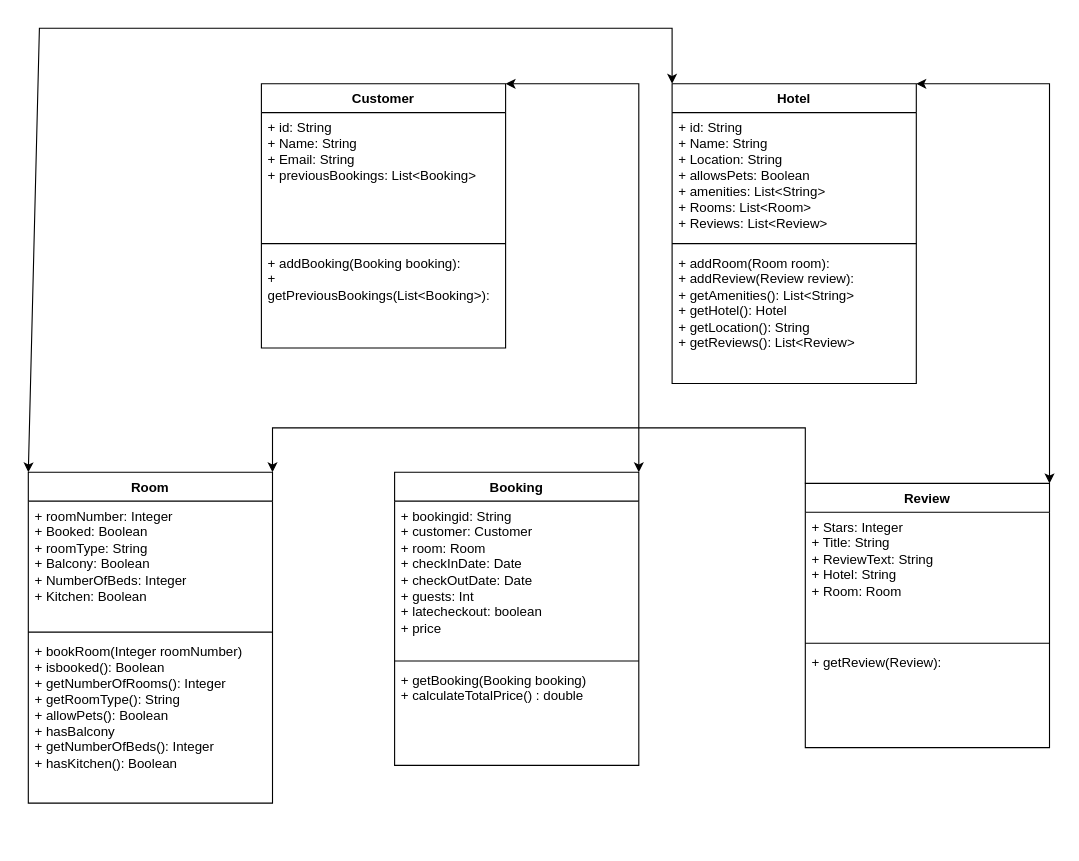
This is V2/Domain module.drawio from rthor997/HBV401G-Throun_hugbunathar, a draw.io file, before an edit. Source tidied: cells renumbered, new cells numbered last; positions are measured from the earlier drawing's top-left corner, leaving out a move shared by most shapes. Both pictures are drawn from the tidied source at 111%, with x=0, y=0 at pixel (28, 28).
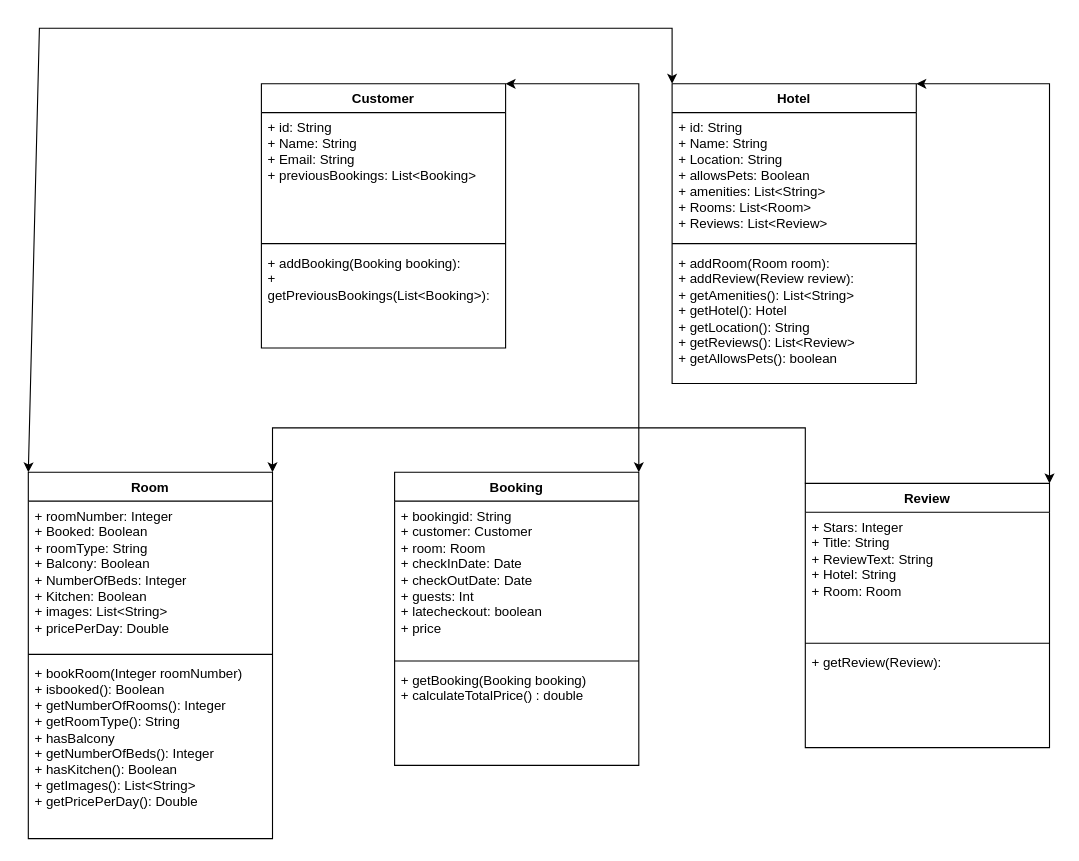
The same page after the edit.

Commit message:
Uppfært Room og Hotel

Unchanged cells that the change refers to:
```xml
<mxCell id="6" value="Hotel" style="swimlane;fontStyle=1;align=center;verticalAlign=top;horizontal=1;startSize=26;whiteSpace=wrap;html=1;" parent="1" vertex="1">
  <mxGeometry x="580" y="50" width="220" height="270" as="geometry" />
</mxCell>
```

Change to the diagram source:
```diff
@@
-    <mxCell id="9" value="+ addRoom(Room room):&amp;nbsp;&lt;div&gt;+ addReview(&lt;span style=&quot;background-color: transparent; color: light-dark(rgb(0, 0, 0), rgb(255, 255, 255));&quot;&gt;Review review&lt;/span&gt;&lt;span style=&quot;background-color: transparent; color: light-dark(rgb(0, 0, 0), rgb(255, 255, 255));&quot;&gt;):&lt;/span&gt;&lt;/div&gt;&lt;div&gt;+ getAmenities(): List&amp;lt;String&amp;gt;&lt;/div&gt;&lt;div&gt;+ getHotel(): Hotel&lt;/div&gt;&lt;div&gt;+ getLocation(): String&lt;/div&gt;&lt;div&gt;+ getReviews(): List&amp;lt;Review&amp;gt;&lt;/div&gt;" style="text;strokeColor=none;fillColor=none;align=left;verticalAlign=top;spacingLeft=4;spacingRight=4;overflow=hidden;whiteSpace=wrap;html=1;" parent="6" vertex="1">
+    <mxCell id="9" value="+ addRoom(Room room):&amp;nbsp;&lt;div&gt;+ addReview(&lt;span style=&quot;background-color: transparent; color: light-dark(rgb(0, 0, 0), rgb(255, 255, 255));&quot;&gt;Review review&lt;/span&gt;&lt;span style=&quot;background-color: transparent; color: light-dark(rgb(0, 0, 0), rgb(255, 255, 255));&quot;&gt;):&lt;/span&gt;&lt;/div&gt;&lt;div&gt;+ getAmenities(): List&amp;lt;String&amp;gt;&lt;/div&gt;&lt;div&gt;+ getHotel(): Hotel&lt;/div&gt;&lt;div&gt;+ getLocation(): String&lt;/div&gt;&lt;div&gt;+ getReviews(): List&amp;lt;Review&amp;gt;&lt;/div&gt;&lt;div&gt;+ getAllowsPets(): boolean&lt;/div&gt;" style="text;strokeColor=none;fillColor=none;align=left;verticalAlign=top;spacingLeft=4;spacingRight=4;overflow=hidden;whiteSpace=wrap;html=1;" parent="6" vertex="1">
       <mxGeometry y="148" width="220" height="122" as="geometry" />
     </mxCell>
@@
     <mxCell id="18" value="Room" style="swimlane;fontStyle=1;align=center;verticalAlign=top;horizontal=1;startSize=26;whiteSpace=wrap;html=1;" parent="1" vertex="1">
-      <mxGeometry y="400" width="220" height="298" as="geometry" />
+      <mxGeometry y="400" width="220" height="330" as="geometry" />
     </mxCell>
-    <mxCell id="19" value="+ roomNumber: Integer&lt;div&gt;+ Booked: Boolean&lt;/div&gt;&lt;div&gt;+ roomType: String&lt;/div&gt;&lt;div&gt;+ Balcony: Boolean&lt;/div&gt;&lt;div&gt;+ NumberOfBeds: Integer&lt;/div&gt;&lt;div&gt;+ Kitchen: Boolean&lt;/div&gt;&lt;div&gt;&lt;br&gt;&lt;/div&gt;&lt;div&gt;&lt;br&gt;&lt;/div&gt;" style="text;strokeColor=none;fillColor=none;align=left;verticalAlign=top;spacingLeft=4;spacingRight=4;overflow=hidden;whiteSpace=wrap;html=1;" parent="18" vertex="1">
-      <mxGeometry y="26" width="220" height="114" as="geometry" />
+    <mxCell id="19" value="+ roomNumber: Integer&lt;div&gt;+ Booked: Boolean&lt;/div&gt;&lt;div&gt;+ roomType: String&lt;/div&gt;&lt;div&gt;+ Balcony: Boolean&lt;/div&gt;&lt;div&gt;+ NumberOfBeds: Integer&lt;/div&gt;&lt;div&gt;+ Kitchen: Boolean&lt;/div&gt;&lt;div&gt;+ images: List&amp;lt;String&amp;gt;&lt;/div&gt;&lt;div&gt;+ pricePerDay: Double&lt;/div&gt;&lt;div&gt;&lt;br&gt;&lt;/div&gt;" style="text;strokeColor=none;fillColor=none;align=left;verticalAlign=top;spacingLeft=4;spacingRight=4;overflow=hidden;whiteSpace=wrap;html=1;" parent="18" vertex="1">
+      <mxGeometry y="26" width="220" height="134" as="geometry" />
     </mxCell>
     <mxCell id="20" style="line;strokeWidth=1;fillColor=none;align=left;verticalAlign=middle;spacingTop=-1;spacingLeft=3;spacingRight=3;labelPosition=right;strokeColor=inherit;" parent="18" vertex="1">
-      <mxGeometry y="140" width="220" height="8" as="geometry" />
+      <mxGeometry y="160" width="220" height="8" as="geometry" />
     </mxCell>
-    <mxCell id="21" value="+ bookRoom(Integer roomNumber)&lt;div&gt;+ isbooked(): Boolean&lt;/div&gt;&lt;div&gt;&lt;span style=&quot;background-color: transparent; color: light-dark(rgb(0, 0, 0), rgb(255, 255, 255));&quot;&gt;+&amp;nbsp;&lt;/span&gt;getNumberOfRooms(): Integer&lt;/div&gt;&lt;div&gt;&lt;span style=&quot;background-color: transparent; color: light-dark(rgb(0, 0, 0), rgb(255, 255, 255));&quot;&gt;+&amp;nbsp;&lt;/span&gt;getRoomType(): String&lt;/div&gt;&lt;div&gt;&lt;span style=&quot;background-color: transparent; color: light-dark(rgb(0, 0, 0), rgb(255, 255, 255));&quot;&gt;+&amp;nbsp;&lt;/span&gt;allowPets(): Boolean&lt;/div&gt;&lt;div&gt;+ hasBalcony&lt;/div&gt;&lt;div&gt;+ getNumberOfBeds(): Integer&lt;/div&gt;&lt;div&gt;+ hasKitchen(): Boolean&lt;/div&gt;&lt;div&gt;&lt;br&gt;&lt;div&gt;&lt;br&gt;&lt;/div&gt;&lt;div&gt;&lt;br&gt;&lt;/div&gt;&lt;/div&gt;" style="text;strokeColor=none;fillColor=none;align=left;verticalAlign=top;spacingLeft=4;spacingRight=4;overflow=hidden;whiteSpace=wrap;html=1;" parent="18" vertex="1">
-      <mxGeometry y="148" width="220" height="150" as="geometry" />
+    <mxCell id="21" value="+ bookRoom(Integer roomNumber)&lt;div&gt;+ isbooked(): Boolean&lt;/div&gt;&lt;div&gt;&lt;span style=&quot;background-color: transparent; color: light-dark(rgb(0, 0, 0), rgb(255, 255, 255));&quot;&gt;+&amp;nbsp;&lt;/span&gt;getNumberOfRooms(): Integer&lt;/div&gt;&lt;div&gt;&lt;span style=&quot;background-color: transparent; color: light-dark(rgb(0, 0, 0), rgb(255, 255, 255));&quot;&gt;+&amp;nbsp;&lt;/span&gt;getRoomType(): String&lt;/div&gt;&lt;div&gt;&lt;span style=&quot;background-color: transparent; color: light-dark(rgb(0, 0, 0), rgb(255, 255, 255));&quot;&gt;+ hasBalcony&lt;/span&gt;&lt;/div&gt;&lt;div&gt;+ getNumberOfBeds(): Integer&lt;/div&gt;&lt;div&gt;+ hasKitchen(): Boolean&lt;/div&gt;&lt;div&gt;+ getImages(): List&amp;lt;String&amp;gt;&lt;/div&gt;&lt;div&gt;+ getPricePerDay(): Double&lt;br&gt;&lt;div&gt;&lt;br&gt;&lt;/div&gt;&lt;div&gt;&lt;br&gt;&lt;/div&gt;&lt;/div&gt;" style="text;strokeColor=none;fillColor=none;align=left;verticalAlign=top;spacingLeft=4;spacingRight=4;overflow=hidden;whiteSpace=wrap;html=1;" parent="18" vertex="1">
+      <mxGeometry y="168" width="220" height="162" as="geometry" />
     </mxCell>
```
